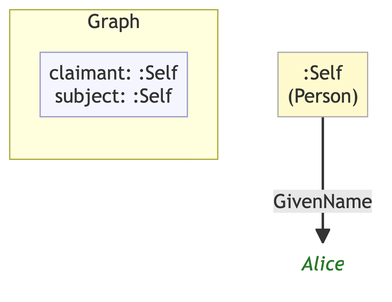
Before: example/graphs/images/graph-24.png, a diagram exported from Mermaid (MeeFoundation/mia-ontologies). Its source is kept beside it as example/graphs/images/graph-24.mmd.
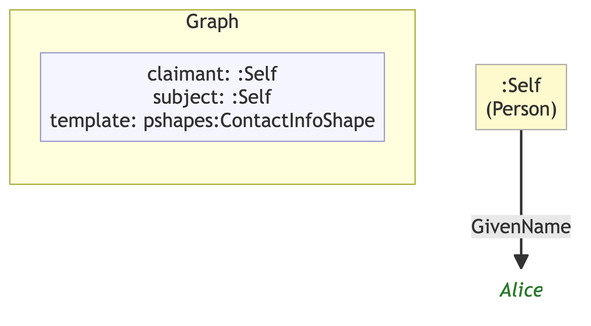
After the change.

The edit, as a diff of the source:
```diff
@@ -6,10 +6,10 @@
 
     subgraph ctx["Graph"]
         direction LR
-        ctx_meta["claimant: :Self\nsubject: :Self"]:::meta
+        ctx_meta["claimant: :Self\nsubject: :Self\ntemplate: pshapes:ContactInfoShape"]:::meta
     end
 
     ne0c3ba92f1db[":Self\n(Person)"]:::person
-    n25d81d9d6e62("Alice"):::lit
+    ne94e0a3ebf2e("Alice"):::lit
 
-    ne0c3ba92f1db -->|"GivenName"| n25d81d9d6e62
+    ne0c3ba92f1db -->|"GivenName"| ne94e0a3ebf2e
```
